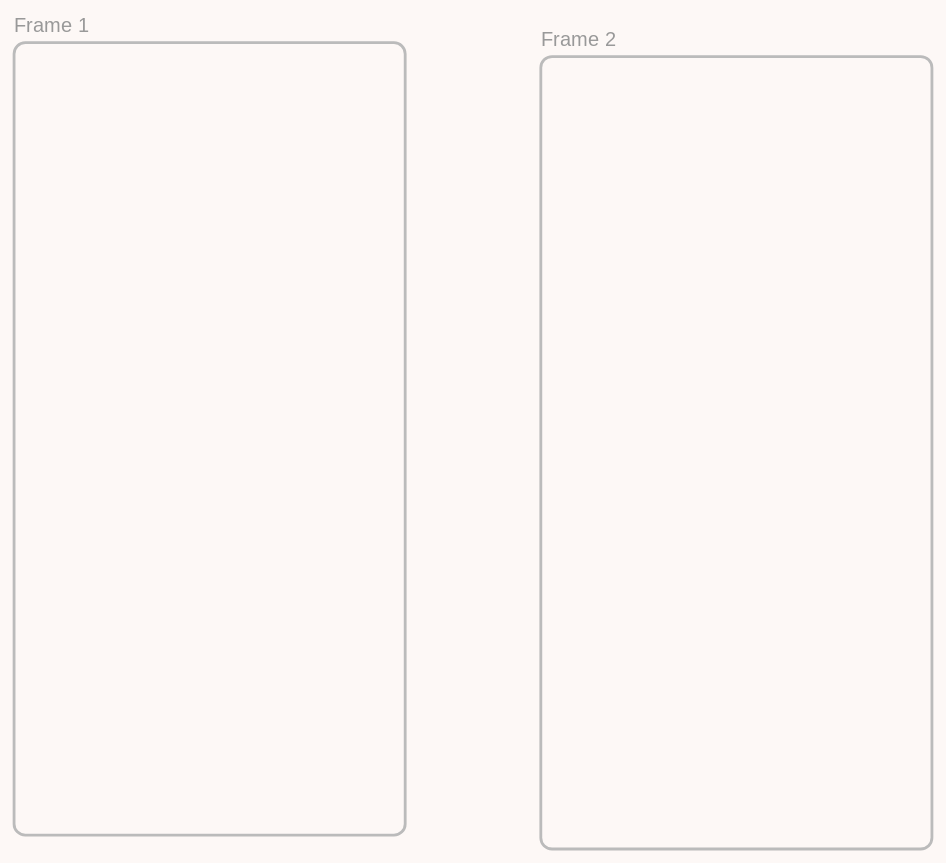
Above: wireframes/connect-view.excalidraw.svg in isfopo/LiveRemote (Excalidraw), before the change. Source tidied: one line per element, renumbered; positions are measured from the earlier drawing's top-left corner, leaving out a move shared by most shapes.
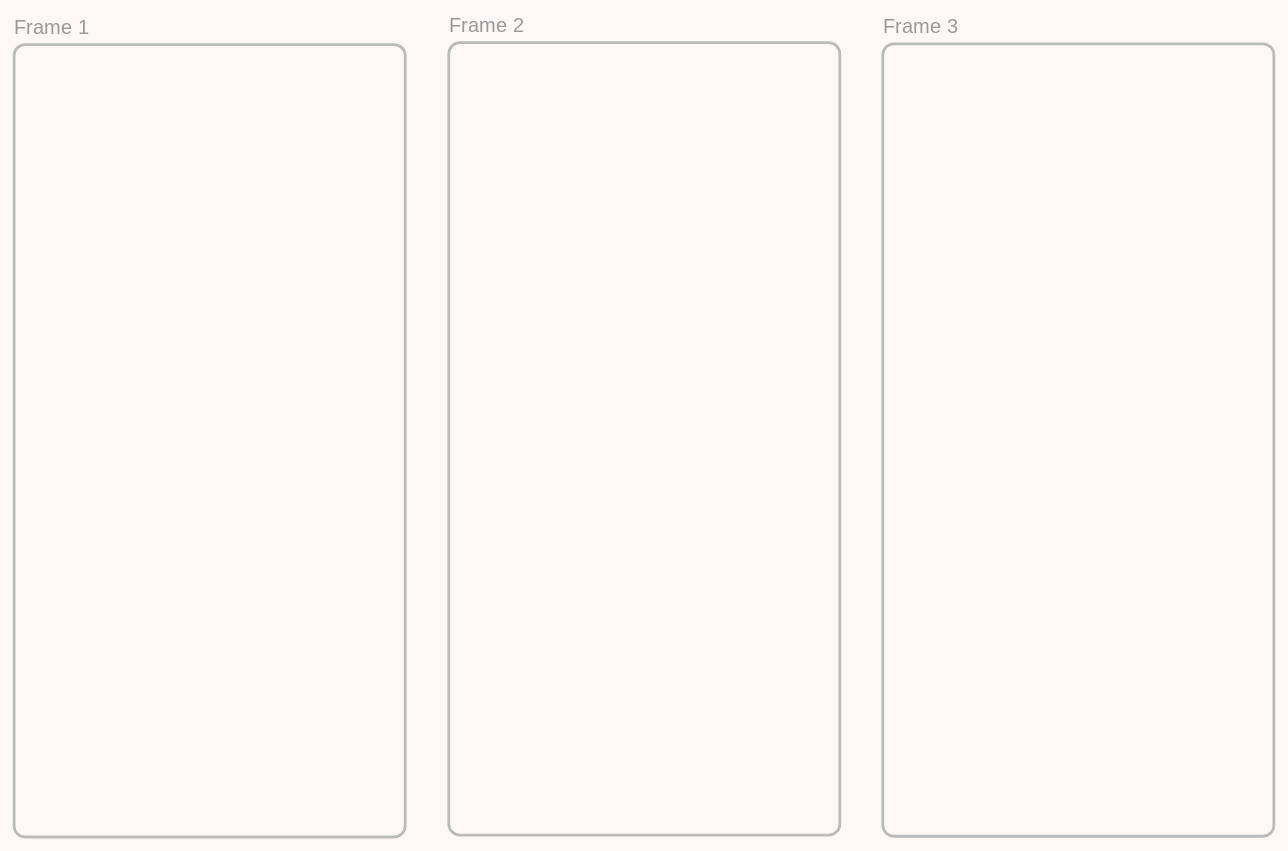
The same diagram one commit later.

Commit message:
adds basic wireframes

Diff of the diagram source:
```diff
@@ -1,2 +1,3 @@
+{"id": 2, "type": "frame", "strokeColor": "#bbb", "strokeWidth": 2, "roughness": 0, "x": -621, "y": 1, "width": 279, "height": 566}
+{"id": 3, "type": "frame", "strokeColor": "#bbb", "strokeWidth": 2, "roughness": 0, "x": -310, "y": -1, "width": 279, "height": 566}
 {"id": 0, "type": "frame", "strokeColor": "#bbb", "strokeWidth": 2, "roughness": 0, "x": 0, "y": 0, "width": 279, "height": 566}
-{"id": 1, "type": "frame", "strokeColor": "#bbb", "strokeWidth": 2, "roughness": 0, "x": 376, "y": 10, "width": 279, "height": 566}
```
